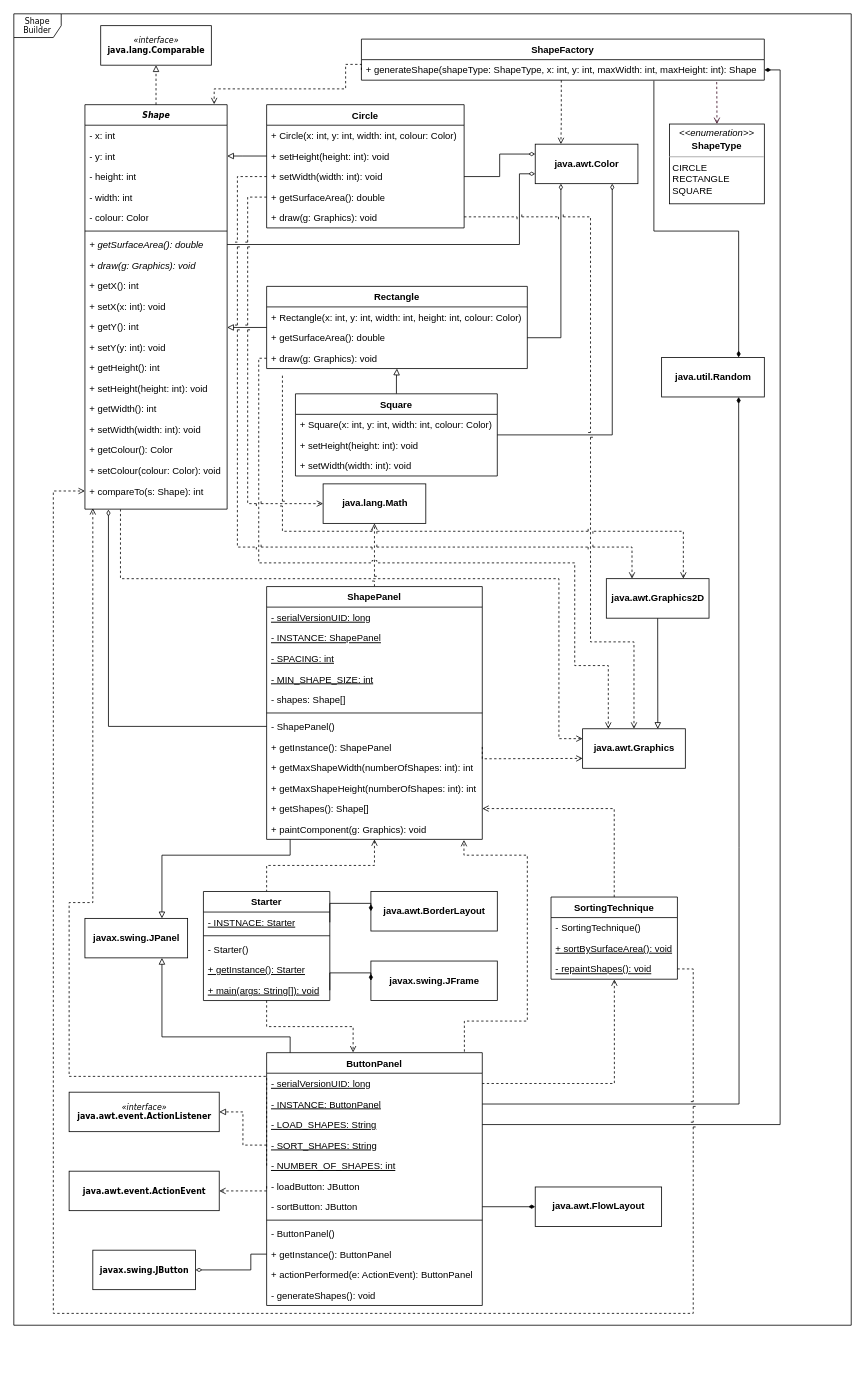
The draw.io diagram src/shapebuilder/ClassDiagram1.drawio in AndrewHocking/EECS-3311, before the edit. Source tidied: cells renumbered, new cells numbered last; positions are measured from the earlier drawing's top-left corner, leaving out a move shared by most shapes. Both pictures are drawn from the tidied source at 79%, with x=0, y=0 at pixel (13, 13).
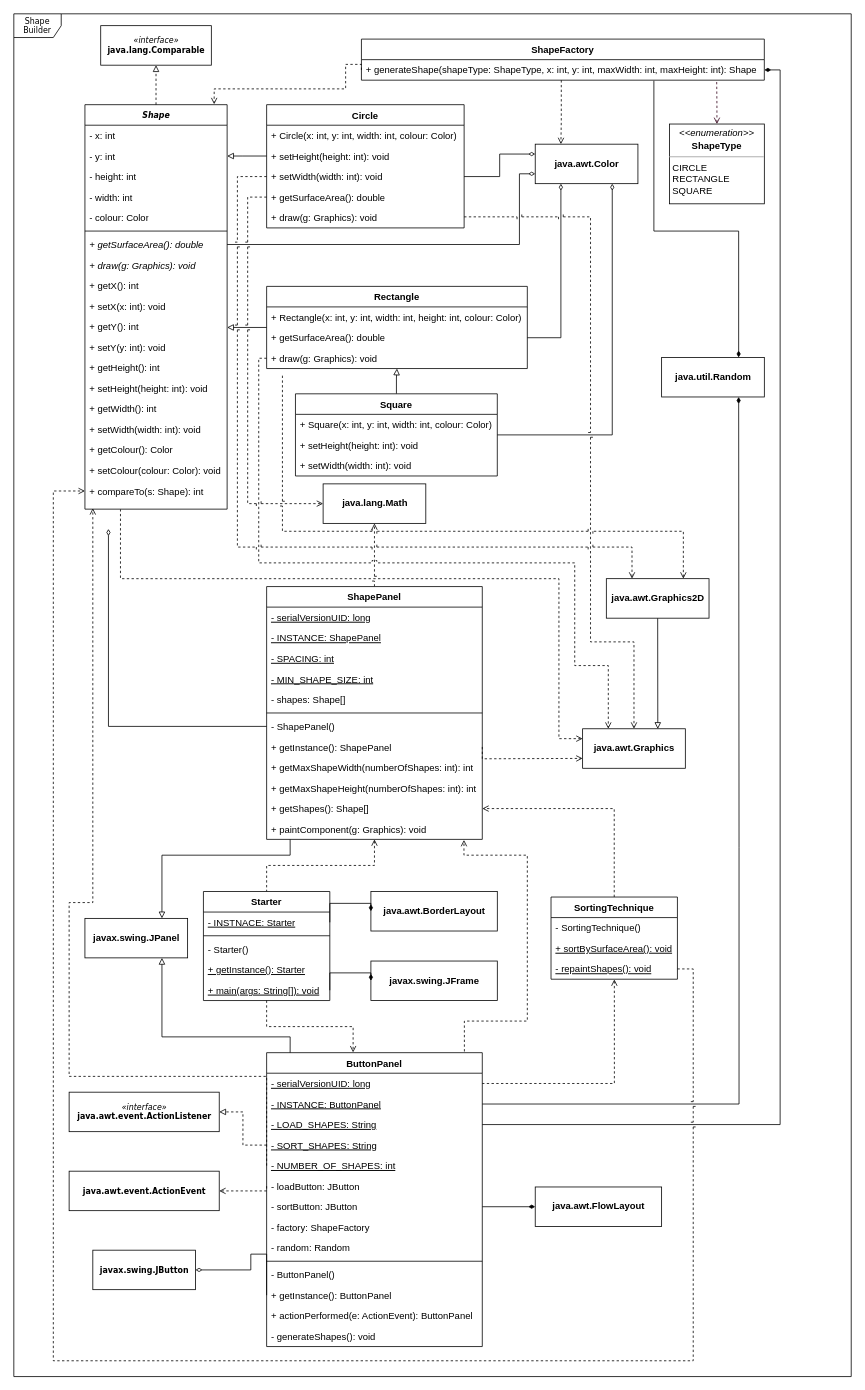
Above is the later version.

The change refers to these unchanged cells:
```xml
<mxCell id="24" value="+ compareTo(s: Shape): int" style="text;strokeColor=none;fillColor=none;align=left;verticalAlign=top;spacingLeft=4;spacingRight=4;overflow=hidden;points=[[0,0.5],[1,0.5]];portConstraint=eastwest;rounded=0;shadow=0;glass=0;sketch=0;" parent="5" vertex="1">
  <mxGeometry y="476" width="180" height="26" as="geometry" />
</mxCell>
<mxCell id="107" value="- repaintShapes(): void" style="text;strokeColor=none;fillColor=none;align=left;verticalAlign=top;spacingLeft=4;spacingRight=4;overflow=hidden;points=[[0,0.5],[1,0.5]];portConstraint=eastwest;rounded=0;shadow=0;glass=0;sketch=0;fontStyle=4;" parent="104" vertex="1">
  <mxGeometry y="78" width="160" height="26" as="geometry" />
</mxCell>
```

Change to the diagram source:
```diff
@@
     <mxCell id="2" value="&lt;div&gt;Shape Builder&lt;/div&gt;" style="shape=umlFrame;whiteSpace=wrap;html=1;rounded=0;shadow=0;comic=0;labelBackgroundColor=none;strokeWidth=1;fontFamily=Verdana;fontSize=10;align=center;" parent="1" vertex="1">
-      <mxGeometry width="1060" height="1660" as="geometry" />
+      <mxGeometry width="1060" height="1725" as="geometry" />
     </mxCell>
@@
     <mxCell id="52" value="ButtonPanel" style="swimlane;fontStyle=1;align=center;verticalAlign=top;horizontal=1;startSize=26;rounded=0;shadow=0;glass=0;sketch=0;" parent="1" vertex="1">
-      <mxGeometry x="320" y="1315" width="273" height="320" as="geometry" />
+      <mxGeometry x="320" y="1315" width="273" height="372" as="geometry" />
     </mxCell>
@@
+    <mxCell id="128" value="- factory: ShapeFactory" style="text;strokeColor=none;fillColor=none;align=left;verticalAlign=top;spacingLeft=4;spacingRight=4;overflow=hidden;rounded=0;shadow=0;glass=0;sketch=0;fontStyle=0;" parent="52" vertex="1">
+      <mxGeometry y="208" width="273" height="26" as="geometry" />
+    </mxCell>
+    <mxCell id="129" value="- random: Random" style="text;strokeColor=none;fillColor=none;align=left;verticalAlign=top;spacingLeft=4;spacingRight=4;overflow=hidden;rounded=0;shadow=0;glass=0;sketch=0;fontStyle=0;" parent="52" vertex="1">
+      <mxGeometry y="234" width="273" height="26" as="geometry" />
+    </mxCell>
     <mxCell id="60" style="line;strokeWidth=1;fillColor=none;align=left;verticalAlign=middle;spacingTop=-1;spacingLeft=3;spacingRight=3;labelPosition=right;rounded=0;shadow=0;glass=0;sketch=0;" parent="52" vertex="1">
-      <mxGeometry y="208" width="273" height="8" as="geometry" />
+      <mxGeometry y="260" width="273" height="8" as="geometry" />
     </mxCell>
     <mxCell id="61" value="- ButtonPanel() " style="text;strokeColor=none;fillColor=none;align=left;verticalAlign=top;spacingLeft=4;spacingRight=4;overflow=hidden;rounded=0;shadow=0;glass=0;sketch=0;" parent="52" vertex="1">
-      <mxGeometry y="216" width="273" height="26" as="geometry" />
+      <mxGeometry y="268" width="273" height="26" as="geometry" />
     </mxCell>
     <mxCell id="62" value="+ getInstance(): ButtonPanel" style="text;strokeColor=none;fillColor=none;align=left;verticalAlign=top;spacingLeft=4;spacingRight=4;overflow=hidden;points=[[0,0.5],[1,0.5]];portConstraint=eastwest;rounded=0;shadow=0;glass=0;sketch=0;" parent="52" vertex="1">
-      <mxGeometry y="242" width="273" height="26" as="geometry" />
+      <mxGeometry y="294" width="273" height="26" as="geometry" />
     </mxCell>
     <mxCell id="63" value="+ actionPerformed(e: ActionEvent): ButtonPanel" style="text;strokeColor=none;fillColor=none;align=left;verticalAlign=top;spacingLeft=4;spacingRight=4;overflow=hidden;rounded=0;shadow=0;glass=0;sketch=0;" parent="52" vertex="1">
-      <mxGeometry y="268" width="273" height="26" as="geometry" />
+      <mxGeometry y="320" width="273" height="26" as="geometry" />
     </mxCell>
     <mxCell id="64" value="- generateShapes(): void" style="text;strokeColor=none;fillColor=none;align=left;verticalAlign=top;spacingLeft=4;spacingRight=4;overflow=hidden;rounded=0;shadow=0;glass=0;sketch=0;" parent="52" vertex="1">
-      <mxGeometry y="294" width="273" height="26" as="geometry" />
+      <mxGeometry y="346" width="273" height="26" as="geometry" />
     </mxCell>
@@
     <mxCell id="123" style="edgeStyle=orthogonalEdgeStyle;rounded=0;jumpStyle=line;jettySize=auto;html=1;exitX=1;exitY=0.5;exitDx=0;exitDy=0;entryX=0;entryY=0.5;entryDx=0;entryDy=0;dashed=1;startArrow=none;startFill=0;endArrow=open;endFill=0;strokeColor=#000000;" parent="1" edge="1" source="107" target="24">
       <mxGeometry relative="1" as="geometry">
         <Array as="points">
           <mxPoint x="860" y="1209" />
-          <mxPoint x="860" y="1645" />
-          <mxPoint x="50" y="1645" />
+          <mxPoint x="860" y="1705" />
+          <mxPoint x="50" y="1705" />
           <mxPoint x="50" y="604" />
         </Array>
       </mxGeometry>
     </mxCell>
```
